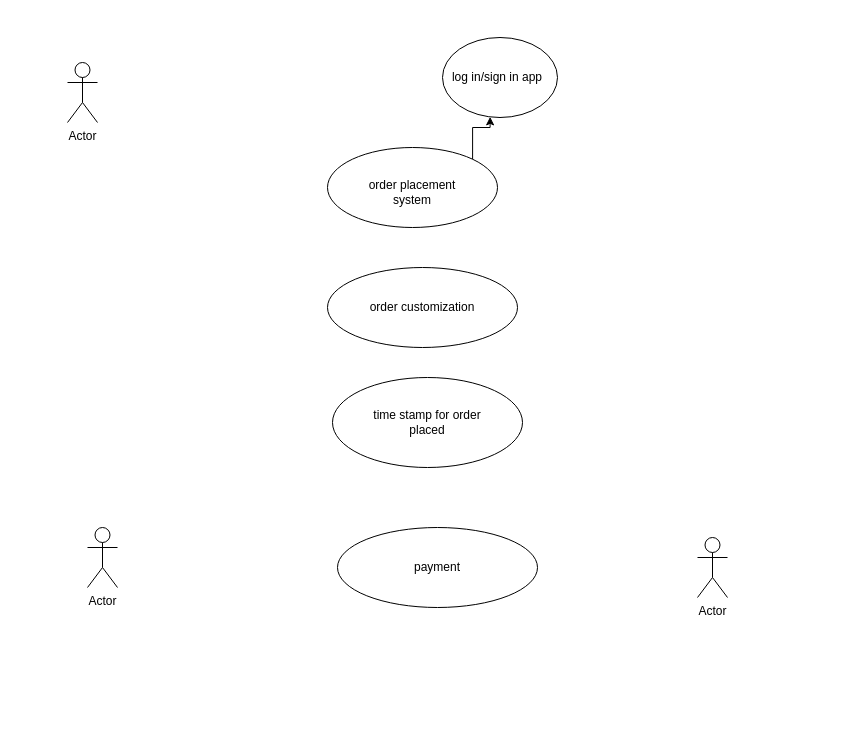
This is page "Page-2" (2 of 2) of Untitled Diagram.drawio from ashra-dev/github, a draw.io file, before an edit. Source tidied: cells renumbered, new cells numbered last; positions are measured from the earlier drawing's top-left corner, leaving out a move shared by most shapes. Both pictures are drawn from the tidied source at 100%, with x=0, y=0 at pixel (67, 37).
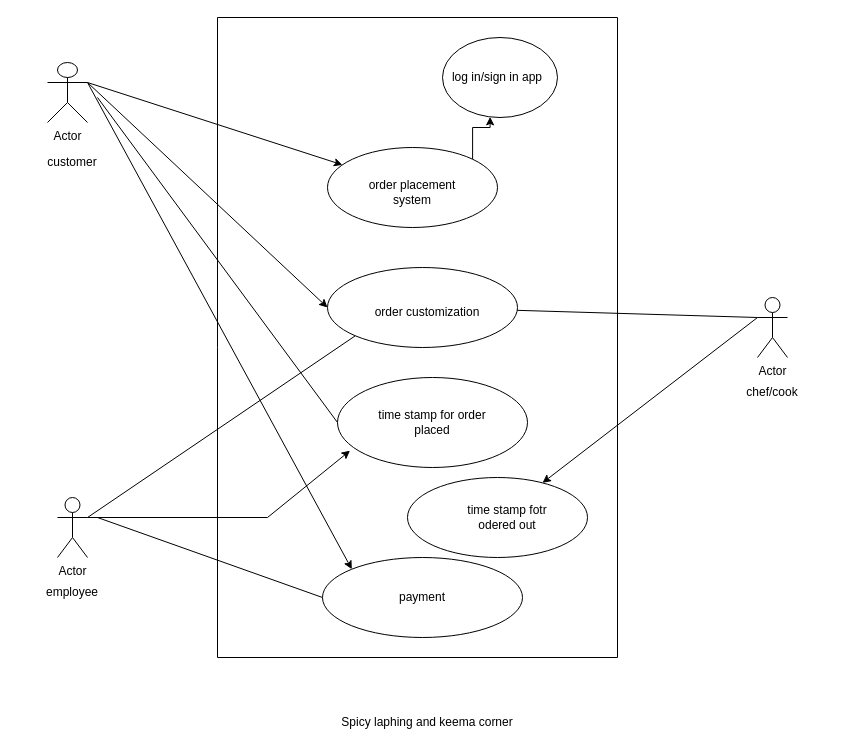
The same page after the edit.

Unchanged cells that the change refers to:
```xml
<mxCell id="2" style="ellipse;whiteSpace=wrap;html=1;" parent="1" vertex="1">
  <mxGeometry x="260" y="110" width="170" height="80" as="geometry" />
</mxCell>
<mxCell id="4" style="ellipse;whiteSpace=wrap;html=1;" parent="1" vertex="1">
  <mxGeometry x="260" y="230" width="190" height="80" as="geometry" />
</mxCell>
```

What changed in the source:
```diff
@@
     <mxCell id="5" style="ellipse;whiteSpace=wrap;html=1;" parent="1" vertex="1">
-      <mxGeometry x="265" y="340" width="190" height="90" as="geometry" />
+      <mxGeometry x="270" y="340" width="190" height="90" as="geometry" />
     </mxCell>
@@
-    <mxCell id="10" value="order customization" style="text;html=1;strokeColor=none;fillColor=none;align=center;verticalAlign=middle;whiteSpace=wrap;rounded=0;" parent="1" vertex="1">
-      <mxGeometry x="290" y="255" width="130" height="30" as="geometry" />
-    </mxCell>
     <mxCell id="11" value="time stamp for order placed" style="text;html=1;strokeColor=none;fillColor=none;align=center;verticalAlign=middle;whiteSpace=wrap;rounded=0;" parent="1" vertex="1">
-      <mxGeometry x="290" y="370" width="140" height="30" as="geometry" />
+      <mxGeometry x="295" y="370" width="140" height="30" as="geometry" />
     </mxCell>
     <mxCell id="12" style="ellipse;whiteSpace=wrap;html=1;" parent="1" vertex="1">
-      <mxGeometry x="270" y="490" width="200" height="80" as="geometry" />
+      <mxGeometry x="255" y="520" width="200" height="80" as="geometry" />
     </mxCell>
     <mxCell id="13" value="payment" style="text;html=1;strokeColor=none;fillColor=none;align=center;verticalAlign=middle;whiteSpace=wrap;rounded=0;" parent="1" vertex="1">
-      <mxGeometry x="315" y="520" width="110" height="20" as="geometry" />
+      <mxGeometry x="300" y="547.5" width="110" height="25" as="geometry" />
     </mxCell>
     <mxCell id="14" value="Actor" style="shape=umlActor;verticalLabelPosition=bottom;verticalAlign=top;html=1;outlineConnect=0;" parent="1" vertex="1">
-      <mxGeometry x="20" y="490" width="30" height="60" as="geometry" />
+      <mxGeometry x="690" y="260" width="30" height="60" as="geometry" />
     </mxCell>
+    <mxCell id="16" value="Actor" style="shape=umlActor;verticalLabelPosition=bottom;verticalAlign=top;html=1;outlineConnect=0;" parent="1" vertex="1">
+      <mxGeometry x="-20" y="25" width="40" height="60" as="geometry" />
+    </mxCell>
+    <mxCell id="17" style="endArrow=none;html=1;rounded=0;" parent="1" edge="1">
+      <mxGeometry relative="1" as="geometry">
+        <mxPoint x="150" y="-20" as="sourcePoint" />
+        <mxPoint x="550" y="-20" as="targetPoint" />
+      </mxGeometry>
+    </mxCell>
+    <mxCell id="18" style="endArrow=none;html=1;rounded=0;" parent="1" edge="1">
+      <mxGeometry relative="1" as="geometry">
+        <mxPoint x="150" y="620" as="sourcePoint" />
+        <mxPoint x="150" y="-20" as="targetPoint" />
+        <Array as="points">
+          <mxPoint x="150" y="310" />
+        </Array>
+      </mxGeometry>
+    </mxCell>
+    <mxCell id="19" style="endArrow=none;html=1;rounded=0;" parent="1" edge="1">
+      <mxGeometry relative="1" as="geometry">
+        <mxPoint x="550" y="620" as="sourcePoint" />
+        <mxPoint x="550" y="-20" as="targetPoint" />
+      </mxGeometry>
+    </mxCell>
+    <mxCell id="20" style="endArrow=none;html=1;rounded=0;" parent="1" edge="1">
+      <mxGeometry relative="1" as="geometry">
+        <mxPoint x="150" y="620" as="sourcePoint" />
+        <mxPoint x="550" y="620" as="targetPoint" />
+      </mxGeometry>
+    </mxCell>
+    <mxCell id="21" style="endArrow=classic;html=1;rounded=0;exitX=1;exitY=0.3333333333333333;exitDx=0;exitDy=0;exitPerimeter=0;" parent="1" edge="1" source="16" target="2">
+      <mxGeometry relative="1" as="geometry" />
+    </mxCell>
+    <mxCell id="22" value="customer" style="text;html=1;strokeColor=none;fillColor=none;align=center;verticalAlign=middle;whiteSpace=wrap;rounded=0;" parent="1" vertex="1">
+      <mxGeometry x="-40" y="110" width="90" height="30" as="geometry" />
+    </mxCell>
+    <mxCell id="23" style="endArrow=classic;html=1;rounded=0;exitX=1;exitY=0.3333333333333333;exitDx=0;exitDy=0;exitPerimeter=0;entryX=0;entryY=0.5;entryDx=0;entryDy=0;" parent="1" edge="1" source="16" target="4">
+      <mxGeometry relative="1" as="geometry" />
+    </mxCell>
+    <mxCell id="24" value="chef/cook" style="text;html=1;strokeColor=none;fillColor=none;align=center;verticalAlign=middle;whiteSpace=wrap;rounded=0;" parent="1" vertex="1">
+      <mxGeometry x="645" y="340" width="120" height="30" as="geometry" />
+    </mxCell>
     <mxCell id="15" value="Actor" style="shape=umlActor;verticalLabelPosition=bottom;verticalAlign=top;html=1;outlineConnect=0;" parent="1" vertex="1">
-      <mxGeometry x="630" y="500" width="30" height="60" as="geometry" />
+      <mxGeometry x="-10" y="460" width="30" height="60" as="geometry" />
     </mxCell>
-    <mxCell id="16" value="Actor" style="shape=umlActor;verticalLabelPosition=bottom;verticalAlign=top;html=1;outlineConnect=0;" parent="1" vertex="1">
-      <mxGeometry y="25" width="30" height="60" as="geometry" />
-    </mxCell>
+    <mxCell id="25" value="employee" style="text;html=1;strokeColor=none;fillColor=none;align=center;verticalAlign=middle;whiteSpace=wrap;rounded=0;" parent="1" vertex="1">
+      <mxGeometry x="-50" y="540" width="110" height="30" as="geometry" />
+    </mxCell>
+    <mxCell id="26" style="endArrow=none;html=1;rounded=0;exitX=1;exitY=0.3333333333333333;exitDx=0;exitDy=0;exitPerimeter=0;entryX=0;entryY=1;entryDx=0;entryDy=0;" parent="1" edge="1" source="15" target="4">
+      <mxGeometry relative="1" as="geometry" />
+    </mxCell>
+    <mxCell id="27" style="endArrow=classic;html=1;rounded=0;exitX=1;exitY=0.3333333333333333;exitDx=0;exitDy=0;exitPerimeter=0;entryX=0.066;entryY=0.813;entryDx=0;entryDy=0;entryPerimeter=0;" parent="1" edge="1" source="15" target="5">
+      <mxGeometry relative="1" as="geometry">
+        <Array as="points">
+          <mxPoint x="200" y="480" />
+        </Array>
+      </mxGeometry>
+    </mxCell>
+    <mxCell id="10" value="order customization" style="text;html=1;strokeColor=none;fillColor=none;align=center;verticalAlign=middle;whiteSpace=wrap;rounded=0;" parent="1" vertex="1">
+      <mxGeometry x="295" y="260" width="130" height="30" as="geometry" />
+    </mxCell>
+    <mxCell id="28" style="endArrow=none;html=1;rounded=0;entryX=0;entryY=0.5;entryDx=0;entryDy=0;" parent="1" edge="1" target="5">
+      <mxGeometry relative="1" as="geometry">
+        <mxPoint x="30" y="60" as="sourcePoint" />
+      </mxGeometry>
+    </mxCell>
+    <mxCell id="29" style="ellipse;whiteSpace=wrap;html=1;" parent="1" vertex="1">
+      <mxGeometry x="340" y="440" width="180" height="80" as="geometry" />
+    </mxCell>
+    <mxCell id="30" value="time stamp fotr odered out" style="text;html=1;strokeColor=none;fillColor=none;align=center;verticalAlign=middle;whiteSpace=wrap;rounded=0;" parent="1" vertex="1">
+      <mxGeometry x="380" y="465" width="120" height="30" as="geometry" />
+    </mxCell>
+    <mxCell id="31" style="endArrow=none;html=1;rounded=0;entryX=0;entryY=0.3333333333333333;entryDx=0;entryDy=0;entryPerimeter=0;" parent="1" edge="1" source="4" target="14">
+      <mxGeometry relative="1" as="geometry" />
+    </mxCell>
+    <mxCell id="32" style="endArrow=classic;html=1;rounded=0;" parent="1" edge="1" target="29">
+      <mxGeometry relative="1" as="geometry">
+        <mxPoint x="690" y="280" as="sourcePoint" />
+      </mxGeometry>
+    </mxCell>
+    <mxCell id="33" style="endArrow=classic;html=1;rounded=0;exitX=1;exitY=0.3333333333333333;exitDx=0;exitDy=0;exitPerimeter=0;entryX=0;entryY=0;entryDx=0;entryDy=0;" parent="1" edge="1" source="16" target="12">
+      <mxGeometry relative="1" as="geometry" />
+    </mxCell>
+    <mxCell id="34" style="endArrow=none;html=1;rounded=0;entryX=0;entryY=0.5;entryDx=0;entryDy=0;" parent="1" edge="1" target="12">
+      <mxGeometry relative="1" as="geometry">
+        <mxPoint x="30" y="480" as="sourcePoint" />
+      </mxGeometry>
+    </mxCell>
+    <mxCell id="35" value="Spicy laphing and keema corner" style="text;html=1;strokeColor=none;fillColor=none;align=center;verticalAlign=middle;whiteSpace=wrap;rounded=0;" parent="1" vertex="1">
+      <mxGeometry x="270" y="670" width="180" height="30" as="geometry" />
+    </mxCell>
```
